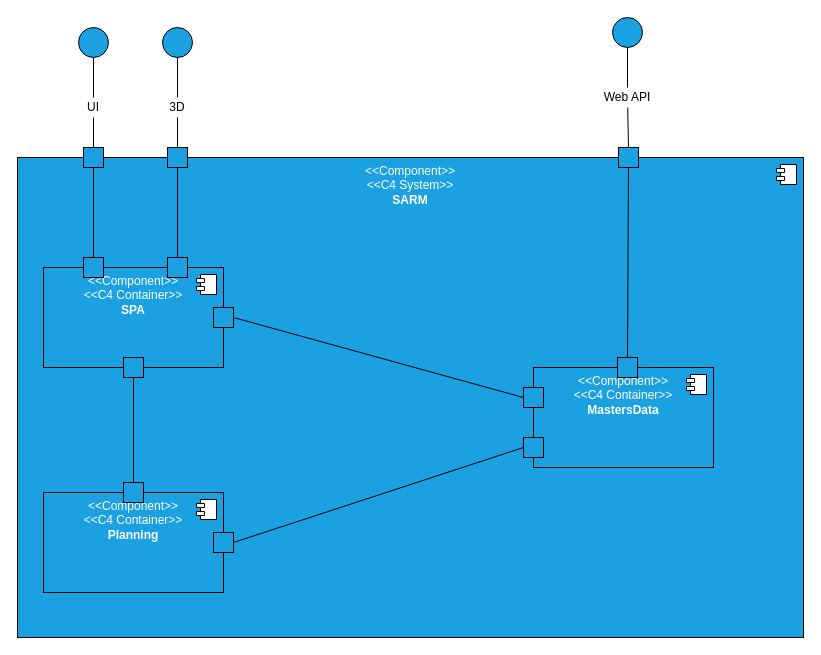
The draw.io diagram docs/L2/Implementation_View.drawio in Rodrick0209/ISEP-SEM5PI-24-25, before the edit. Source tidied: cells renumbered, new cells numbered last; positions are measured from the earlier drawing's top-left corner, leaving out a move shared by most shapes. Both pictures are drawn from the tidied source at 100%, with x=0, y=0 at pixel (17, 17).
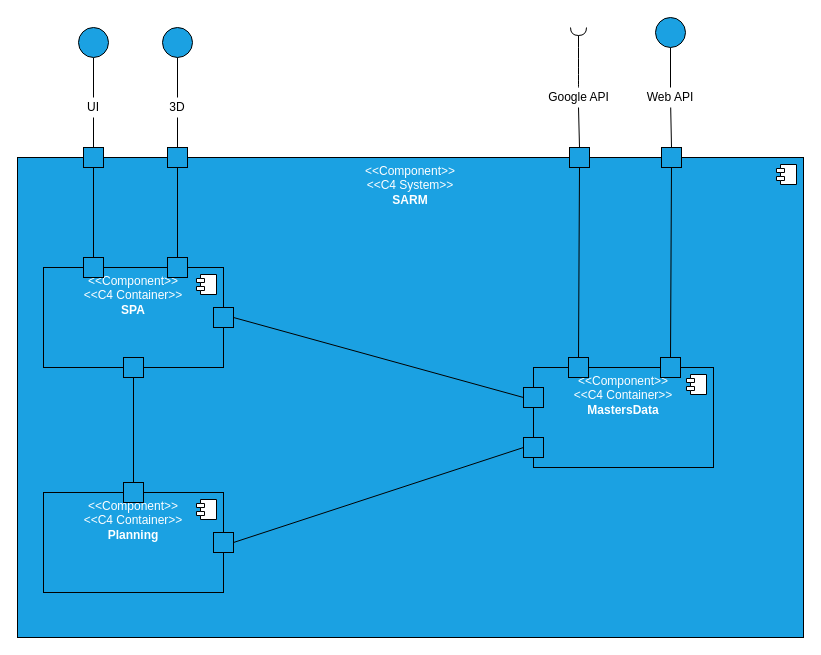
The same page after the edit.

Diff of the diagram source:
```diff
@@
     <mxCell id="33" style="whiteSpace=wrap;html=1;fillColor=#1ba1e2;fontColor=#ffffff;strokeColor=default;" parent="1" vertex="1">
-      <mxGeometry x="601" y="130" width="20" height="20" as="geometry" />
+      <mxGeometry x="644" y="130" width="20" height="20" as="geometry" />
     </mxCell>
     <mxCell id="34" style="whiteSpace=wrap;html=1;fillColor=#1ba1e2;fontColor=#ffffff;strokeColor=default;" parent="1" vertex="1">
-      <mxGeometry x="600" y="340" width="20" height="20" as="geometry" />
+      <mxGeometry x="643" y="340" width="20" height="20" as="geometry" />
     </mxCell>
@@
     <mxCell id="37" style="ellipse;whiteSpace=wrap;html=1;fillColor=#1ba1e2;fontColor=#ffffff;strokeColor=default;" parent="1" vertex="1">
-      <mxGeometry x="595" width="30" height="30" as="geometry" />
+      <mxGeometry x="638" width="30" height="30" as="geometry" />
     </mxCell>
@@
     <mxCell id="39" value="Web API" style="text;html=1;align=center;verticalAlign=middle;whiteSpace=wrap;rounded=0;" parent="1" vertex="1">
-      <mxGeometry x="583" y="70" width="54" height="20" as="geometry" />
+      <mxGeometry x="626" y="70" width="54" height="20" as="geometry" />
     </mxCell>
+    <mxCell id="40" style="whiteSpace=wrap;html=1;fillColor=#1ba1e2;fontColor=#ffffff;strokeColor=default;" parent="1" vertex="1">
+      <mxGeometry x="552" y="130" width="20" height="20" as="geometry" />
+    </mxCell>
+    <mxCell id="41" style="whiteSpace=wrap;html=1;fillColor=#1ba1e2;fontColor=#ffffff;strokeColor=default;" parent="1" vertex="1">
+      <mxGeometry x="551" y="340" width="20" height="20" as="geometry" />
+    </mxCell>
+    <mxCell id="42" style="endArrow=none;html=1;rounded=0;entryX=0.5;entryY=1;entryDx=0;entryDy=0;exitX=0.5;exitY=0;exitDx=0;exitDy=0;" parent="1" edge="1" source="41" target="40">
+      <mxGeometry relative="1" as="geometry" />
+    </mxCell>
+    <mxCell id="43" style="endArrow=none;html=1;rounded=0;exitX=0.5;exitY=0;exitDx=0;exitDy=0;" parent="1" edge="1" source="40">
+      <mxGeometry relative="1" as="geometry">
+        <mxPoint x="561" y="90" as="targetPoint" />
+      </mxGeometry>
+    </mxCell>
+    <mxCell id="44" value="Google API" style="text;html=1;align=center;verticalAlign=middle;whiteSpace=wrap;rounded=0;" parent="1" vertex="1">
+      <mxGeometry x="525.5" y="70" width="71" height="20" as="geometry" />
+    </mxCell>
+    <mxCell id="45" style="rounded=0;jettySize=auto;html=1;endArrow=halfCircle;endFill=0;endSize=6;strokeWidth=1;sketch=0;fontSize=12;curved=1;" parent="1" edge="1" source="44">
+      <mxGeometry relative="1" as="geometry">
+        <mxPoint x="561" y="10" as="targetPoint" />
+      </mxGeometry>
+    </mxCell>
+    <mxCell id="46" style="ellipse;whiteSpace=wrap;html=1;align=center;fillColor=none;strokeColor=none;perimeter=centerPerimeter;" parent="1" vertex="1">
+      <mxGeometry x="476" y="320" width="10" height="10" as="geometry" />
+    </mxCell>
```
